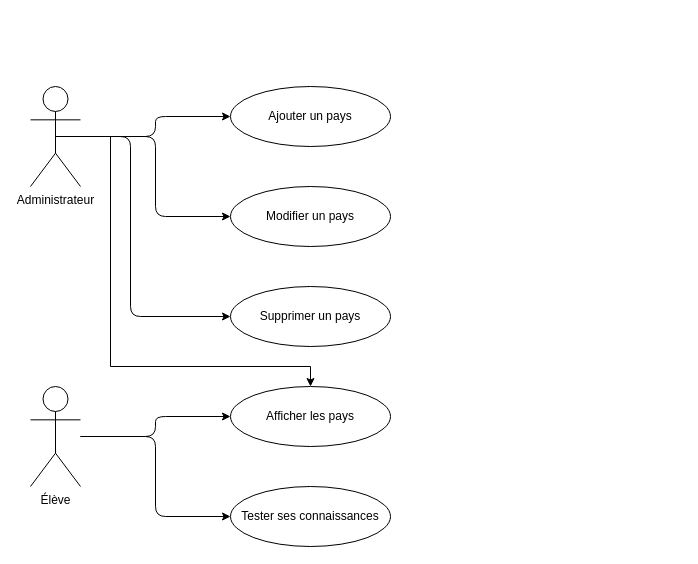
Above: Diagramme sans nom.drawio in Mohammed-Ben-Cheikh/Africa-Geo-Junior (draw.io), before the change. Source tidied: cells renumbered, new cells numbered last; positions are measured from the earlier drawing's top-left corner, leaving out a move shared by most shapes. Both pictures are drawn from the tidied source at 100%, with x=0, y=0 at pixel (30, 86).
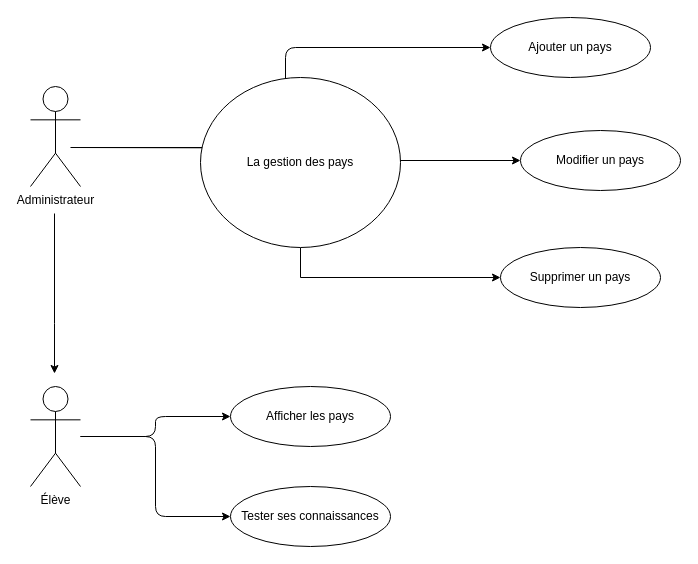
The same page after the edit.

Commit message:
Mettre à jour Diagramme sans nom.drawio

The change refers to these unchanged cells:
```xml
<mxCell id="3" value="Administrateur" style="shape=umlActor;verticalLabelPosition=bottom;verticalAlign=top;html=1;" parent="1" vertex="1">
  <mxGeometry width="50" height="100" as="geometry" />
</mxCell>
<mxCell id="8" value="Afficher les pays" style="ellipse;whiteSpace=wrap;html=1;" parent="1" vertex="1">
  <mxGeometry x="200" y="300" width="160" height="60" as="geometry" />
</mxCell>
```

What changed in the source:
```diff
@@
-    <mxCell id="2" style="edgeStyle=orthogonalEdgeStyle;rounded=0;jettySize=auto;html=1;exitX=0.5;exitY=0.5;exitDx=0;exitDy=0;exitPerimeter=0;" parent="1" edge="1" source="3" target="8">
-      <mxGeometry relative="1" as="geometry">
-        <Array as="points">
-          <mxPoint x="80" y="50" />
-          <mxPoint x="80" y="280" />
-          <mxPoint x="280" y="280" />
-        </Array>
-      </mxGeometry>
-    </mxCell>
@@
+    <mxCell id="15" style="edgeStyle=orthogonalEdgeStyle;rounded=0;orthogonalLoop=1;jettySize=auto;html=1;entryX=0.5;entryY=0;entryDx=0;entryDy=0;entryPerimeter=0;" parent="1" edge="1">
+      <mxGeometry relative="1" as="geometry">
+        <mxPoint x="24" y="127" as="sourcePoint" />
+        <mxPoint x="24" y="287" as="targetPoint" />
+        <Array as="points">
+          <mxPoint x="24" y="237" />
+          <mxPoint x="24" y="237" />
+        </Array>
+      </mxGeometry>
+    </mxCell>
@@
     <mxCell id="5" value="Ajouter un pays" style="ellipse;whiteSpace=wrap;html=1;" parent="1" vertex="1">
-      <mxGeometry x="200" width="160" height="60" as="geometry" />
+      <mxGeometry x="460" y="-69" width="160" height="60" as="geometry" />
     </mxCell>
     <mxCell id="6" value="Modifier un pays" style="ellipse;whiteSpace=wrap;html=1;" parent="1" vertex="1">
-      <mxGeometry x="200" y="100" width="160" height="60" as="geometry" />
+      <mxGeometry x="490" y="44" width="160" height="60" as="geometry" />
     </mxCell>
     <mxCell id="7" value="Supprimer un pays" style="ellipse;whiteSpace=wrap;html=1;" parent="1" vertex="1">
-      <mxGeometry x="200" y="200" width="160" height="60" as="geometry" />
+      <mxGeometry x="470" y="161" width="160" height="60" as="geometry" />
     </mxCell>
@@
-    <mxCell id="10" style="edgeStyle=orthogonalEdgeStyle;" parent="1" edge="1" source="3" target="5">
-      <mxGeometry relative="1" as="geometry" />
+    <mxCell id="10" style="edgeStyle=orthogonalEdgeStyle;" parent="1" edge="1" target="5">
+      <mxGeometry relative="1" as="geometry">
+        <mxPoint x="50" y="61" as="sourcePoint" />
+        <Array as="points">
+          <mxPoint x="255" y="61" />
+          <mxPoint x="255" y="-39" />
+        </Array>
+      </mxGeometry>
     </mxCell>
-    <mxCell id="11" style="edgeStyle=orthogonalEdgeStyle;" parent="1" edge="1" source="3" target="6">
-      <mxGeometry relative="1" as="geometry" />
+    <mxCell id="11" style="edgeStyle=orthogonalEdgeStyle;entryX=0;entryY=0.5;entryDx=0;entryDy=0;" parent="1" edge="1" target="6">
+      <mxGeometry relative="1" as="geometry">
+        <mxPoint x="40" y="61" as="sourcePoint" />
+      </mxGeometry>
     </mxCell>
-    <mxCell id="12" style="edgeStyle=orthogonalEdgeStyle;" parent="1" edge="1" source="3" target="7">
-      <mxGeometry relative="1" as="geometry">
-        <Array as="points">
-          <mxPoint x="100" y="50" />
-          <mxPoint x="100" y="230" />
-        </Array>
-      </mxGeometry>
-    </mxCell>
@@
+    <mxCell id="16" style="edgeStyle=orthogonalEdgeStyle;rounded=0;jettySize=auto;html=1;exitX=0.5;exitY=1;exitDx=0;exitDy=0;entryX=0;entryY=0.5;entryDx=0;entryDy=0;" parent="1" edge="1" source="17" target="7">
+      <mxGeometry relative="1" as="geometry" />
+    </mxCell>
+    <mxCell id="17" value="La gestion des pays" style="ellipse;whiteSpace=wrap;html=1;" parent="1" vertex="1">
+      <mxGeometry x="170" y="-9" width="200" height="170" as="geometry" />
+    </mxCell>
```
